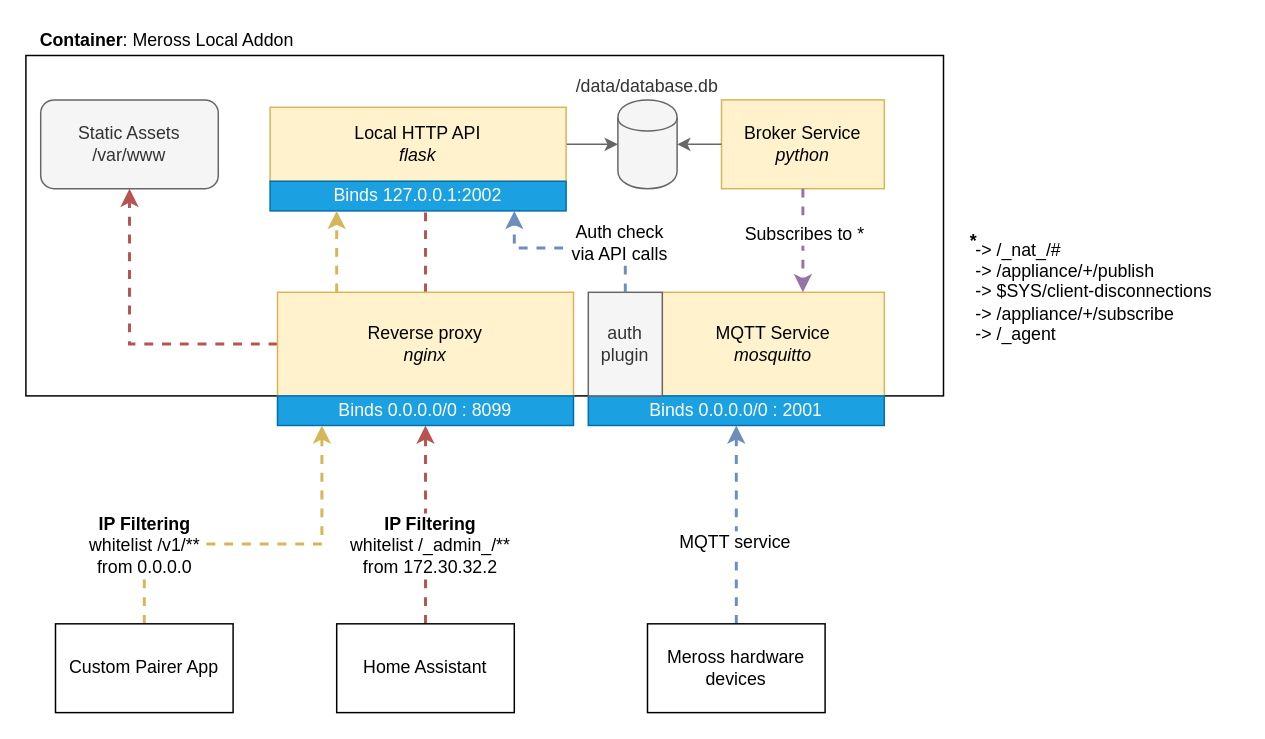
Earlier version of the draw.io diagram docs/arch.drawio (albertogeniola/ha-meross-local-broker). Source tidied: cells renumbered, new cells numbered last; positions are measured from the earlier drawing's top-left corner, leaving out a move shared by most shapes. Both pictures are drawn from the tidied source at 148%, with x=0, y=0 at pixel (25, 25).
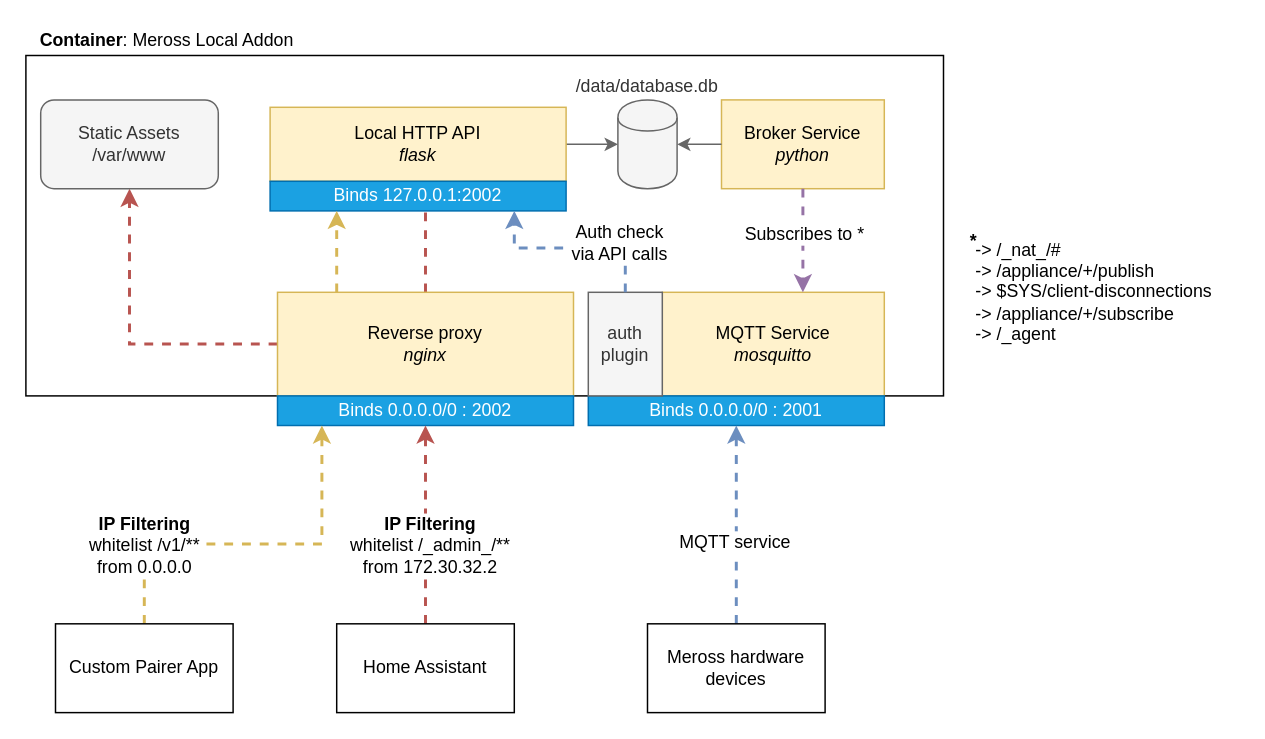
Above is the later version.

Diff of the diagram source:
```diff
@@
-    <mxCell id="11" value="Binds 0.0.0.0/0 : 8099" style="rounded=0;whiteSpace=wrap;html=1;fillColor=#1ba1e2;strokeColor=#006EAF;fontColor=#ffffff;" parent="1" vertex="1">
+    <mxCell id="11" value="Binds 0.0.0.0/0 : 2002" style="rounded=0;whiteSpace=wrap;html=1;fillColor=#1ba1e2;strokeColor=#006EAF;fontColor=#ffffff;" parent="1" vertex="1">
       <mxGeometry x="170" y="250" width="200" height="20" as="geometry" />
     </mxCell>
```
